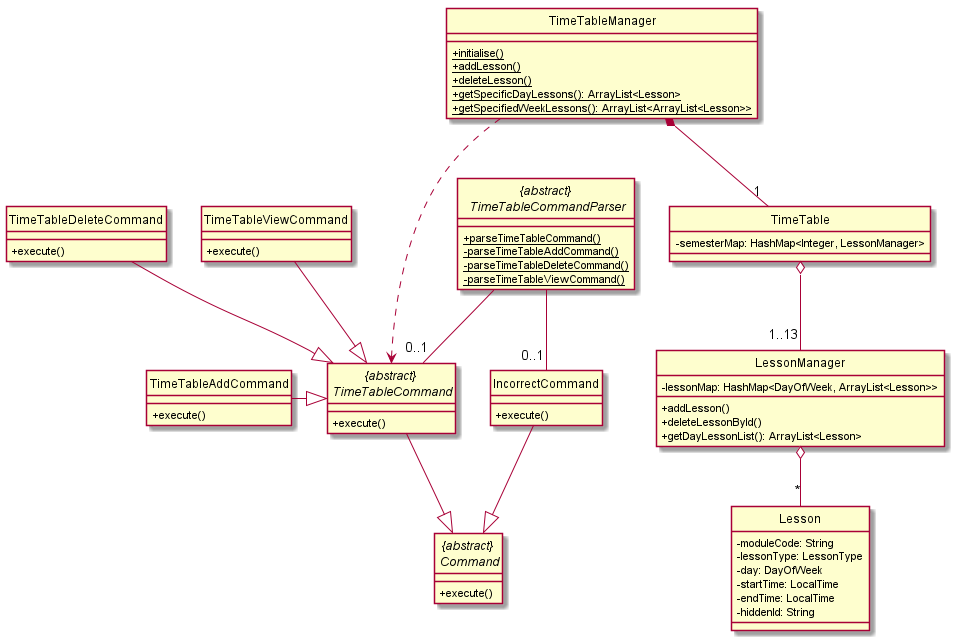
The PlantUML diagram docs/diagrams/TimeTableClassDiagram.png in wangqinNick/tp, before a commit.
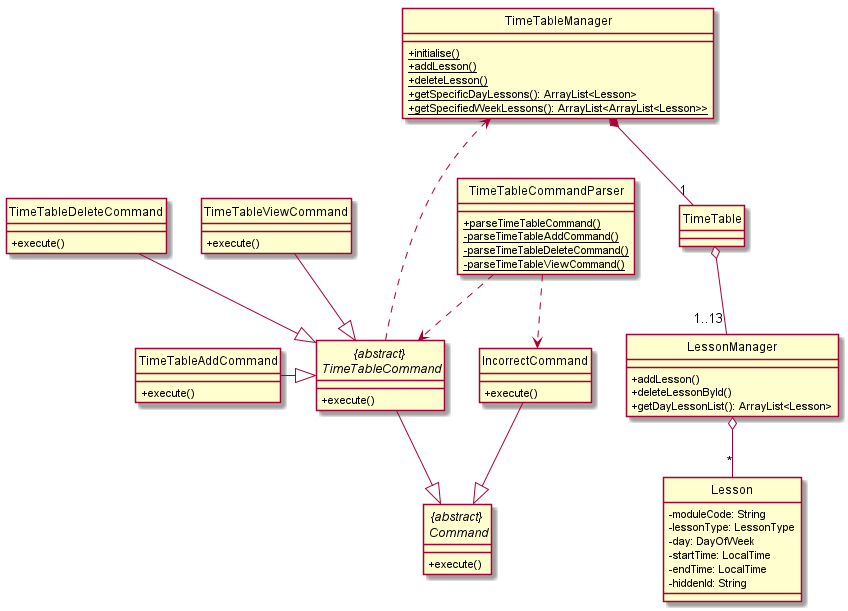
Above is the later version.

Commit message:
Fix command class, timetable class diagrams

Change to the diagram source:
```diff
@@ -15,7 +15,7 @@
     - hiddenId: String
 }
 
-abstract class "{abstract} \n TimeTableCommandParser" {
+class "TimeTableCommandParser" {
     + {static} parseTimeTableCommand()
     - {static} parseTimeTableAddCommand()
     - {static} parseTimeTableDeleteCommand()
@@ -31,7 +31,6 @@
 }
 
 class TimeTable {
-    - semesterMap: HashMap<Integer, LessonManager>
 }
 
 class TimeTableAddCommand {
@@ -51,7 +50,6 @@
 }
 
 class LessonManager {
-    - lessonMap: HashMap<DayOfWeek, ArrayList<Lesson>>
     + addLesson()
     + deleteLessonById()
     + getDayLessonList(): ArrayList<Lesson>
@@ -68,8 +66,8 @@
 "{abstract} \n TimeTableCommand" --|> "{abstract} \n Command"
 IncorrectCommand --|> "{abstract} \n Command"
 
-"{abstract} \n TimeTableCommandParser" -- "0..1" "{abstract} \n TimeTableCommand"
-"{abstract} \n TimeTableCommandParser" -- "0..1" IncorrectCommand
+"TimeTableCommandParser" ..> "{abstract} \n TimeTableCommand"
+"TimeTableCommandParser" ..> IncorrectCommand
 
 TimeTableAddCommand -|> "{abstract} \n TimeTableCommand"
 TimeTableDeleteCommand --|> "{abstract} \n TimeTableCommand"
@@ -78,6 +76,6 @@
 TimeTable o-- "1..13" LessonManager
 LessonManager o-- "*" Lesson
 
-TimeTableManager ...> "{abstract} \n TimeTableCommand"
+TimeTableManager <... "{abstract} \n TimeTableCommand"
 
 @enduml
```
